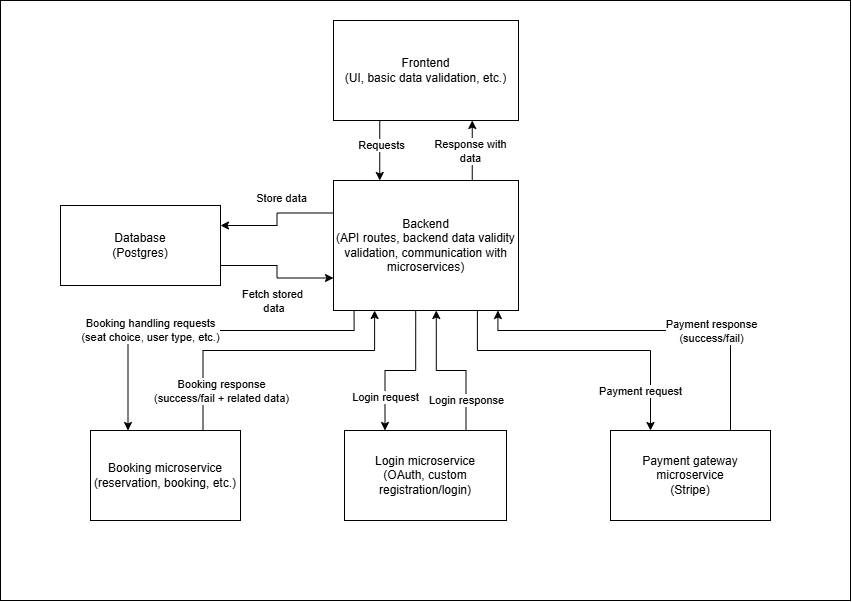
Above: docs/architecture_diagram.png in mpomahac25/North-star-app (draw.io), before the change. Source tidied: cells renumbered, new cells last; positions are measured from the earlier drawing's top-left corner, leaving out a move shared by most shapes. The source it was exported from:
```xml
<mxGraphModel>
  <root>
    <mxCell id="0" />
    <mxCell id="1" parent="0" />
    <mxCell id="2" style="rounded=0;whiteSpace=wrap;html=1;" parent="1" vertex="1">
      <mxGeometry width="850" height="600" as="geometry" />
    </mxCell>
    <mxCell id="3" style="edgeStyle=orthogonalEdgeStyle;rounded=0;jettySize=auto;html=1;exitX=0.25;exitY=1;exitDx=0;exitDy=0;entryX=0.25;entryY=0;entryDx=0;entryDy=0;" parent="1" edge="1" source="5" target="16">
      <mxGeometry relative="1" as="geometry" />
    </mxCell>
    <mxCell id="4" value="Requests" style="edgeLabel;html=1;align=center;verticalAlign=middle;" parent="3" vertex="1">
      <mxGeometry x="-0.19" y="1" relative="1" as="geometry" />
    </mxCell>
    <mxCell id="5" value="Frontend&lt;div&gt;(UI, basic data validation, etc.)&lt;/div&gt;" style="rounded=0;whiteSpace=wrap;html=1;" parent="1" vertex="1">
      <mxGeometry x="333" y="20" width="185" height="100" as="geometry" />
    </mxCell>
    <mxCell id="6" style="edgeStyle=orthogonalEdgeStyle;rounded=0;jettySize=auto;html=1;exitX=0.75;exitY=0;exitDx=0;exitDy=0;entryX=0.75;entryY=1;entryDx=0;entryDy=0;" parent="1" edge="1" source="16" target="5">
      <mxGeometry relative="1" as="geometry" />
    </mxCell>
    <mxCell id="7" value="Response with&lt;div&gt;data&lt;/div&gt;" style="edgeLabel;html=1;align=center;verticalAlign=middle;" parent="6" vertex="1">
      <mxGeometry x="-0.01" y="-2" relative="1" as="geometry">
        <mxPoint x="-4" as="offset" />
      </mxGeometry>
    </mxCell>
    <mxCell id="8" style="edgeStyle=orthogonalEdgeStyle;rounded=0;jettySize=auto;html=1;exitX=0;exitY=0.25;exitDx=0;exitDy=0;entryX=1;entryY=0.25;entryDx=0;entryDy=0;" parent="1" edge="1" source="16" target="19">
      <mxGeometry relative="1" as="geometry" />
    </mxCell>
    <mxCell id="9" value="Store data" style="edgeLabel;html=1;align=center;verticalAlign=middle;" parent="8" vertex="1">
      <mxGeometry x="-0.16" y="1" relative="1" as="geometry">
        <mxPoint y="-16" as="offset" />
      </mxGeometry>
    </mxCell>
    <mxCell id="10" style="edgeStyle=orthogonalEdgeStyle;rounded=0;jettySize=auto;html=1;exitX=0.111111;exitY=1;exitDx=0;exitDy=0;exitPerimeter=0;entryX=0.25;entryY=0;entryDx=0;entryDy=0;" parent="1" edge="1" source="16" target="21">
      <mxGeometry relative="1" as="geometry">
        <Array as="points">
          <mxPoint x="353.6" y="330" />
          <mxPoint x="127.5" y="330" />
        </Array>
      </mxGeometry>
    </mxCell>
    <mxCell id="11" value="Booking handling requests&lt;div&gt;(seat choice, user type, etc.)&lt;/div&gt;" style="edgeLabel;html=1;align=center;verticalAlign=middle;" parent="10" vertex="1">
      <mxGeometry x="0.05" y="-1" relative="1" as="geometry">
        <mxPoint x="-42" as="offset" />
      </mxGeometry>
    </mxCell>
    <mxCell id="12" style="edgeStyle=orthogonalEdgeStyle;rounded=0;jettySize=auto;html=1;exitX=0.444444;exitY=1;exitDx=0;exitDy=0;exitPerimeter=0;entryX=0.25;entryY=0;entryDx=0;entryDy=0;" parent="1" edge="1" source="16" target="20">
      <mxGeometry relative="1" as="geometry" />
    </mxCell>
    <mxCell id="13" value="Login request" style="edgeLabel;html=1;align=center;verticalAlign=middle;" parent="12" vertex="1">
      <mxGeometry x="0.4" relative="1" as="geometry">
        <mxPoint y="12" as="offset" />
      </mxGeometry>
    </mxCell>
    <mxCell id="14" style="edgeStyle=orthogonalEdgeStyle;rounded=0;jettySize=auto;html=1;exitX=0.777778;exitY=1;exitDx=0;exitDy=0;exitPerimeter=0;entryX=0.25;entryY=0;entryDx=0;entryDy=0;" parent="1" edge="1" source="16" target="22">
      <mxGeometry relative="1" as="geometry">
        <Array as="points">
          <mxPoint x="476.9" y="350" />
          <mxPoint x="650" y="350" />
        </Array>
      </mxGeometry>
    </mxCell>
    <mxCell id="15" value="Payment request" style="edgeLabel;html=1;align=center;verticalAlign=middle;" parent="14" vertex="1">
      <mxGeometry y="-1" relative="1" as="geometry">
        <mxPoint x="56" y="39" as="offset" />
      </mxGeometry>
    </mxCell>
    <mxCell id="16" value="Backend&lt;div&gt;(API routes, backend data validity validation, communication with microservices&lt;span style=&quot;background-color: transparent; color: light-dark(rgb(0, 0, 0), rgb(255, 255, 255));&quot;&gt;)&lt;/span&gt;&lt;/div&gt;" style="rounded=0;whiteSpace=wrap;html=1;points=[[0,0,0,0,0],[0,0.25,0,0,0],[0,0.5,0,0,0],[0,0.75,0,0,0],[0,1,0,0,0],[0.111111,1,0,0,0],[0.222222,1,0,0,0],[0.25,0,0,0,0],[0.333333,1,0,0,0],[0.444444,1,0,0,0],[0.5,0,0,0,0],[0.555556,1,0,0,0],[0.666667,1,0,0,0],[0.75,0,0,0,0],[0.777778,1,0,0,0],[0.888889,1,0,0,0],[1,0,0,0,0],[1,0.25,0,0,0],[1,0.5,0,0,0],[1,0.75,0,0,0],[1,1,0,0,0]];" parent="1" vertex="1">
      <mxGeometry x="333" y="180" width="185" height="130" as="geometry" />
    </mxCell>
    <mxCell id="17" style="edgeStyle=orthogonalEdgeStyle;rounded=0;jettySize=auto;html=1;exitX=1;exitY=0.75;exitDx=0;exitDy=0;entryX=0;entryY=0.75;entryDx=0;entryDy=0;" parent="1" edge="1" source="19" target="16">
      <mxGeometry relative="1" as="geometry" />
    </mxCell>
    <mxCell id="18" value="Fetch stored&lt;div&gt;&amp;nbsp;data&lt;/div&gt;" style="edgeLabel;html=1;align=center;verticalAlign=middle;" parent="17" vertex="1">
      <mxGeometry x="-0.19" y="1" relative="1" as="geometry">
        <mxPoint y="36" as="offset" />
      </mxGeometry>
    </mxCell>
    <mxCell id="19" value="Database&lt;div&gt;(Postgres)&lt;/div&gt;" style="rounded=0;whiteSpace=wrap;html=1;" parent="1" vertex="1">
      <mxGeometry x="60" y="205" width="160" height="80" as="geometry" />
    </mxCell>
    <mxCell id="20" value="Login microservice&lt;div&gt;(OAuth, custom registration/login)&lt;/div&gt;" style="rounded=0;whiteSpace=wrap;html=1;" parent="1" vertex="1">
      <mxGeometry x="344" y="430" width="162" height="90" as="geometry" />
    </mxCell>
    <mxCell id="21" value="Booking microservice&lt;div&gt;(reservation, booking, etc.)&lt;/div&gt;" style="rounded=0;whiteSpace=wrap;html=1;" parent="1" vertex="1">
      <mxGeometry x="90" y="430" width="150" height="90" as="geometry" />
    </mxCell>
    <mxCell id="22" value="Payment gateway microservice&lt;div&gt;(Stripe)&lt;/div&gt;" style="rounded=0;whiteSpace=wrap;html=1;" parent="1" vertex="1">
      <mxGeometry x="610" y="430" width="160" height="90" as="geometry" />
    </mxCell>
    <mxCell id="23" style="edgeStyle=orthogonalEdgeStyle;rounded=0;jettySize=auto;html=1;exitX=0.75;exitY=0;exitDx=0;exitDy=0;entryX=0.222222;entryY=1;entryDx=0;entryDy=0;entryPerimeter=0;" parent="1" edge="1" source="21" target="16">
      <mxGeometry relative="1" as="geometry">
        <Array as="points">
          <mxPoint x="202.5" y="350" />
          <mxPoint x="374.1" y="350" />
        </Array>
      </mxGeometry>
    </mxCell>
    <mxCell id="24" value="Booking response&lt;div&gt;(success/fail + related data)&lt;/div&gt;" style="edgeLabel;html=1;align=center;verticalAlign=middle;" parent="23" vertex="1">
      <mxGeometry x="0.27" relative="1" as="geometry">
        <mxPoint x="-88" y="40" as="offset" />
      </mxGeometry>
    </mxCell>
    <mxCell id="25" style="edgeStyle=orthogonalEdgeStyle;rounded=0;jettySize=auto;html=1;exitX=0.75;exitY=0;exitDx=0;exitDy=0;entryX=0.555556;entryY=1;entryDx=0;entryDy=0;entryPerimeter=0;" parent="1" edge="1" source="20" target="16">
      <mxGeometry relative="1" as="geometry" />
    </mxCell>
    <mxCell id="26" value="Login response" style="edgeLabel;html=1;align=center;verticalAlign=middle;" parent="25" vertex="1">
      <mxGeometry x="-0.4" relative="1" as="geometry">
        <mxPoint y="14" as="offset" />
      </mxGeometry>
    </mxCell>
    <mxCell id="27" style="edgeStyle=orthogonalEdgeStyle;rounded=0;jettySize=auto;html=1;exitX=0.75;exitY=0;exitDx=0;exitDy=0;entryX=0.888889;entryY=1;entryDx=0;entryDy=0;entryPerimeter=0;" parent="1" edge="1" source="22" target="16">
      <mxGeometry relative="1" as="geometry">
        <Array as="points">
          <mxPoint x="730" y="330" />
          <mxPoint x="497.4" y="330" />
        </Array>
      </mxGeometry>
    </mxCell>
    <mxCell id="28" value="Payment response&lt;div&gt;(success/fail)&lt;/div&gt;" style="edgeLabel;html=1;align=center;verticalAlign=middle;" parent="27" vertex="1">
      <mxGeometry x="0.03" relative="1" as="geometry">
        <mxPoint x="61" as="offset" />
      </mxGeometry>
    </mxCell>
  </root>
</mxGraphModel>
```
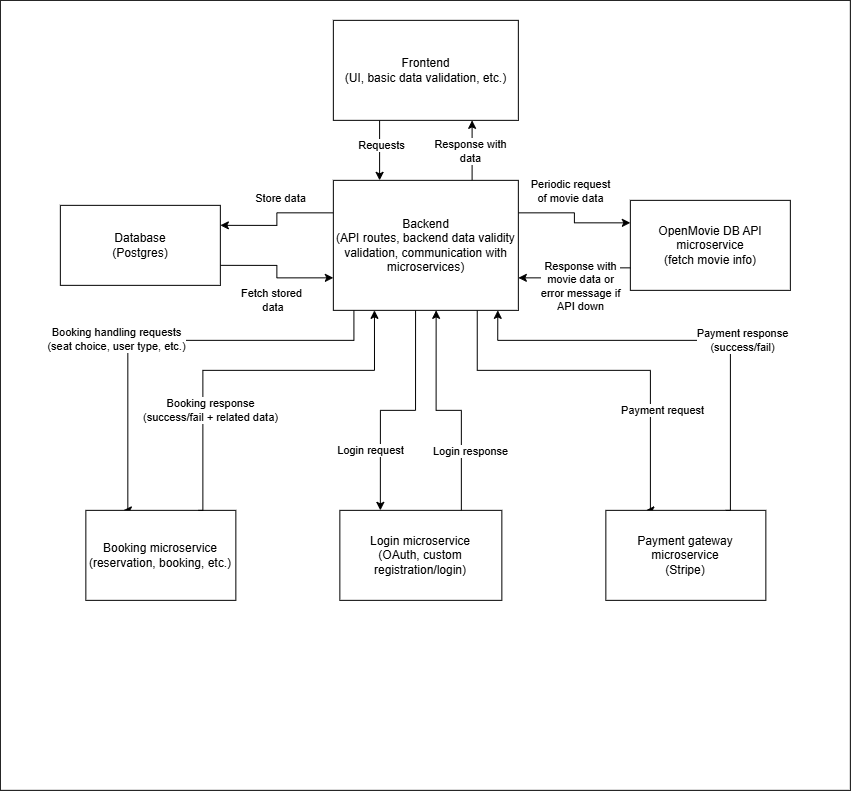
Later version of the same file.

Diff of the diagram source:
```diff
@@ -3,7 +3,7 @@
     <mxCell id="0" />
     <mxCell id="1" parent="0" />
     <mxCell id="2" style="rounded=0;whiteSpace=wrap;html=1;" parent="1" vertex="1">
-      <mxGeometry width="850" height="600" as="geometry" />
+      <mxGeometry width="850" height="790" as="geometry" />
     </mxCell>
     <mxCell id="3" style="edgeStyle=orthogonalEdgeStyle;rounded=0;jettySize=auto;html=1;exitX=0.25;exitY=1;exitDx=0;exitDy=0;entryX=0.25;entryY=0;entryDx=0;entryDy=0;" parent="1" edge="1" source="5" target="16">
       <mxGeometry relative="1" as="geometry" />
@@ -33,8 +33,9 @@
     <mxCell id="10" style="edgeStyle=orthogonalEdgeStyle;rounded=0;jettySize=auto;html=1;exitX=0.111111;exitY=1;exitDx=0;exitDy=0;exitPerimeter=0;entryX=0.25;entryY=0;entryDx=0;entryDy=0;" parent="1" edge="1" source="16" target="21">
       <mxGeometry relative="1" as="geometry">
         <Array as="points">
-          <mxPoint x="353.6" y="330" />
-          <mxPoint x="127.5" y="330" />
+          <mxPoint x="353.6" y="340" />
+          <mxPoint x="127.5" y="340" />
+          <mxPoint x="127.5" y="510" />
         </Array>
       </mxGeometry>
     </mxCell>
@@ -48,14 +49,15 @@
     </mxCell>
     <mxCell id="13" value="Login request" style="edgeLabel;html=1;align=center;verticalAlign=middle;" parent="12" vertex="1">
       <mxGeometry x="0.4" relative="1" as="geometry">
-        <mxPoint y="12" as="offset" />
+        <mxPoint x="-10" y="10" as="offset" />
       </mxGeometry>
     </mxCell>
     <mxCell id="14" style="edgeStyle=orthogonalEdgeStyle;rounded=0;jettySize=auto;html=1;exitX=0.777778;exitY=1;exitDx=0;exitDy=0;exitPerimeter=0;entryX=0.25;entryY=0;entryDx=0;entryDy=0;" parent="1" edge="1" source="16" target="22">
       <mxGeometry relative="1" as="geometry">
         <Array as="points">
-          <mxPoint x="476.9" y="350" />
-          <mxPoint x="650" y="350" />
+          <mxPoint x="476.9" y="370" />
+          <mxPoint x="650" y="370" />
+          <mxPoint x="650" y="510" />
         </Array>
       </mxGeometry>
     </mxCell>
@@ -64,6 +66,14 @@
         <mxPoint x="56" y="39" as="offset" />
       </mxGeometry>
     </mxCell>
+    <mxCell id="29" style="edgeStyle=orthogonalEdgeStyle;rounded=0;jettySize=auto;html=1;exitX=1;exitY=0.25;exitDx=0;exitDy=0;exitPerimeter=0;entryX=0;entryY=0.25;entryDx=0;entryDy=0;" parent="1" edge="1" source="16" target="31">
+      <mxGeometry relative="1" as="geometry" />
+    </mxCell>
+    <mxCell id="30" value="Periodic request&lt;div&gt;of movie data&lt;/div&gt;" style="edgeLabel;html=1;align=center;verticalAlign=middle;" parent="29" vertex="1">
+      <mxGeometry x="-0.25" relative="1" as="geometry">
+        <mxPoint x="6" y="-22" as="offset" />
+      </mxGeometry>
+    </mxCell>
     <mxCell id="16" value="Backend&lt;div&gt;(API routes, backend data validity validation, communication with microservices&lt;span style=&quot;background-color: transparent; color: light-dark(rgb(0, 0, 0), rgb(255, 255, 255));&quot;&gt;)&lt;/span&gt;&lt;/div&gt;" style="rounded=0;whiteSpace=wrap;html=1;points=[[0,0,0,0,0],[0,0.25,0,0,0],[0,0.5,0,0,0],[0,0.75,0,0,0],[0,1,0,0,0],[0.111111,1,0,0,0],[0.222222,1,0,0,0],[0.25,0,0,0,0],[0.333333,1,0,0,0],[0.444444,1,0,0,0],[0.5,0,0,0,0],[0.555556,1,0,0,0],[0.666667,1,0,0,0],[0.75,0,0,0,0],[0.777778,1,0,0,0],[0.888889,1,0,0,0],[1,0,0,0,0],[1,0.25,0,0,0],[1,0.5,0,0,0],[1,0.75,0,0,0],[1,1,0,0,0]];" parent="1" vertex="1">
       <mxGeometry x="333" y="180" width="185" height="130" as="geometry" />
     </mxCell>
@@ -79,19 +89,20 @@
       <mxGeometry x="60" y="205" width="160" height="80" as="geometry" />
     </mxCell>
     <mxCell id="20" value="Login microservice&lt;div&gt;(OAuth, custom registration/login)&lt;/div&gt;" style="rounded=0;whiteSpace=wrap;html=1;" parent="1" vertex="1">
-      <mxGeometry x="344" y="430" width="162" height="90" as="geometry" />
+      <mxGeometry x="339.5" y="510" width="162" height="90" as="geometry" />
     </mxCell>
     <mxCell id="21" value="Booking microservice&lt;div&gt;(reservation, booking, etc.)&lt;/div&gt;" style="rounded=0;whiteSpace=wrap;html=1;" parent="1" vertex="1">
-      <mxGeometry x="90" y="430" width="150" height="90" as="geometry" />
+      <mxGeometry x="85.5" y="510" width="150" height="90" as="geometry" />
     </mxCell>
     <mxCell id="22" value="Payment gateway microservice&lt;div&gt;(Stripe)&lt;/div&gt;" style="rounded=0;whiteSpace=wrap;html=1;" parent="1" vertex="1">
-      <mxGeometry x="610" y="430" width="160" height="90" as="geometry" />
+      <mxGeometry x="605.5" y="510" width="160" height="90" as="geometry" />
     </mxCell>
     <mxCell id="23" style="edgeStyle=orthogonalEdgeStyle;rounded=0;jettySize=auto;html=1;exitX=0.75;exitY=0;exitDx=0;exitDy=0;entryX=0.222222;entryY=1;entryDx=0;entryDy=0;entryPerimeter=0;" parent="1" edge="1" source="21" target="16">
       <mxGeometry relative="1" as="geometry">
         <Array as="points">
-          <mxPoint x="202.5" y="350" />
-          <mxPoint x="374.1" y="350" />
+          <mxPoint x="202.5" y="510" />
+          <mxPoint x="202.5" y="370" />
+          <mxPoint x="374.1" y="370" />
         </Array>
       </mxGeometry>
     </mxCell>
@@ -105,14 +116,15 @@
     </mxCell>
     <mxCell id="26" value="Login response" style="edgeLabel;html=1;align=center;verticalAlign=middle;" parent="25" vertex="1">
       <mxGeometry x="-0.4" relative="1" as="geometry">
-        <mxPoint y="14" as="offset" />
+        <mxPoint x="9" y="8" as="offset" />
       </mxGeometry>
     </mxCell>
     <mxCell id="27" style="edgeStyle=orthogonalEdgeStyle;rounded=0;jettySize=auto;html=1;exitX=0.75;exitY=0;exitDx=0;exitDy=0;entryX=0.888889;entryY=1;entryDx=0;entryDy=0;entryPerimeter=0;" parent="1" edge="1" source="22" target="16">
       <mxGeometry relative="1" as="geometry">
         <Array as="points">
-          <mxPoint x="730" y="330" />
-          <mxPoint x="497.4" y="330" />
+          <mxPoint x="730" y="510" />
+          <mxPoint x="730" y="340" />
+          <mxPoint x="497.4" y="340" />
         </Array>
       </mxGeometry>
     </mxCell>
@@ -121,5 +133,16 @@
         <mxPoint x="61" as="offset" />
       </mxGeometry>
     </mxCell>
+    <mxCell id="31" value="OpenMovie DB API microservice&lt;div&gt;(fetch movie info)&lt;/div&gt;" style="rounded=0;whiteSpace=wrap;html=1;" parent="1" vertex="1">
+      <mxGeometry x="630" y="200" width="160" height="90" as="geometry" />
+    </mxCell>
+    <mxCell id="32" style="edgeStyle=orthogonalEdgeStyle;rounded=0;jettySize=auto;html=1;exitX=0;exitY=0.75;exitDx=0;exitDy=0;entryX=1;entryY=0.75;entryDx=0;entryDy=0;entryPerimeter=0;" parent="1" edge="1" source="31" target="16">
+      <mxGeometry relative="1" as="geometry" />
+    </mxCell>
+    <mxCell id="33" value="Response with&lt;div&gt;movie data or&lt;/div&gt;&lt;div&gt;error message if&lt;/div&gt;&lt;div&gt;API down&lt;/div&gt;" style="edgeLabel;html=1;align=center;verticalAlign=middle;" parent="32" vertex="1">
+      <mxGeometry x="0.01" y="-4" relative="1" as="geometry">
+        <mxPoint x="10" y="12" as="offset" />
+      </mxGeometry>
+    </mxCell>
   </root>
 </mxGraphModel>
```
